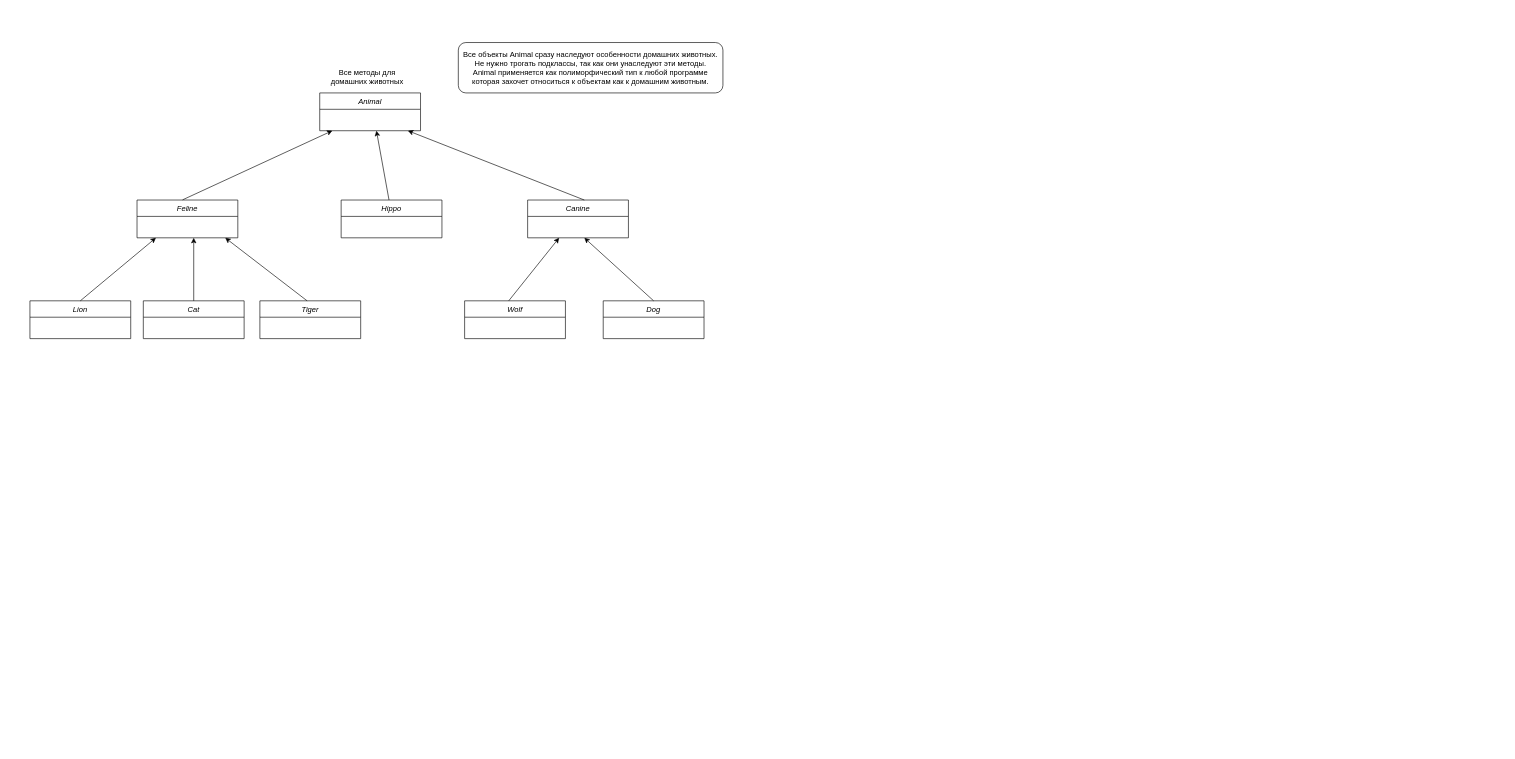
The draw.io diagram head-first/polimorphism.drawio in gennadiy-dev/diagrams, before the edit. Source tidied: cells renumbered, new cells numbered last; positions are measured from the earlier drawing's top-left corner, leaving out a move shared by most shapes. Both pictures are drawn from the tidied source at 63%, with x=0, y=0 at pixel (30, 42).
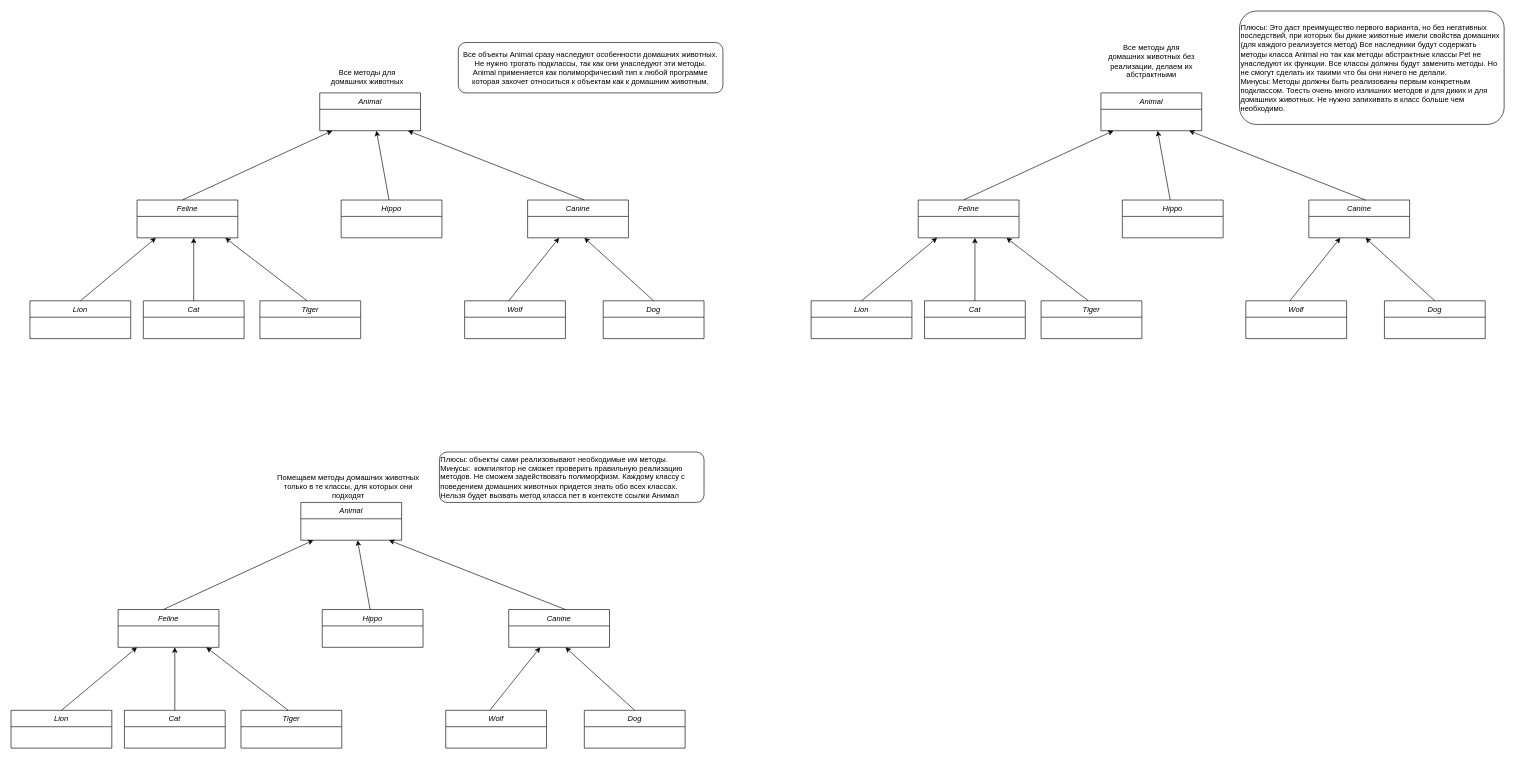
The same page after the edit.

The edit, as a diff of the source:
```diff
@@
+    <mxCell id="21" value="Animal" style="swimlane;fontStyle=2;align=center;verticalAlign=top;horizontal=1;startSize=26;rounded=0;shadow=0;strokeWidth=1;" parent="1" vertex="1">
+      <mxGeometry x="1700" y="80" width="160" height="60" as="geometry" />
+    </mxCell>
+    <mxCell id="22" value="Все методы для &lt;br&gt;домашних животных без&lt;br&gt;реализации, делаем их&lt;br&gt;абстрактными" style="text;html=1;align=center;verticalAlign=middle;strokeColor=none;fillColor=none;" parent="1" vertex="1">
+      <mxGeometry x="1705" width="150" height="60" as="geometry" />
+    </mxCell>
+    <mxCell id="23" value="Feline" style="swimlane;fontStyle=2;align=center;verticalAlign=top;horizontal=1;startSize=26;rounded=0;shadow=0;strokeWidth=1;" parent="1" vertex="1">
+      <mxGeometry x="1410" y="250" width="160" height="60" as="geometry" />
+    </mxCell>
+    <mxCell id="24" value="Lion" style="swimlane;fontStyle=2;align=center;verticalAlign=top;horizontal=1;startSize=26;rounded=0;shadow=0;strokeWidth=1;" parent="1" vertex="1">
+      <mxGeometry x="1240" y="410" width="160" height="60" as="geometry" />
+    </mxCell>
+    <mxCell id="25" value="Canine" style="swimlane;fontStyle=2;align=center;verticalAlign=top;horizontal=1;startSize=26;rounded=0;shadow=0;strokeWidth=1;" parent="1" vertex="1">
+      <mxGeometry x="2030" y="250" width="160" height="60" as="geometry" />
+    </mxCell>
+    <mxCell id="26" value="Hippo" style="swimlane;fontStyle=2;align=center;verticalAlign=top;horizontal=1;startSize=26;rounded=0;shadow=0;strokeWidth=1;" parent="1" vertex="1">
+      <mxGeometry x="1734" y="250" width="160" height="60" as="geometry" />
+    </mxCell>
+    <mxCell id="27" style="endArrow=classic;html=1;rounded=0;exitX=0.452;exitY=-0.005;exitDx=0;exitDy=0;exitPerimeter=0;" parent="1" edge="1" source="23">
+      <mxGeometry relative="1" as="geometry">
+        <mxPoint x="1720" y="140" as="targetPoint" />
+      </mxGeometry>
+    </mxCell>
+    <mxCell id="28" value="Cat" style="swimlane;fontStyle=2;align=center;verticalAlign=top;horizontal=1;startSize=26;rounded=0;shadow=0;strokeWidth=1;" parent="1" vertex="1">
+      <mxGeometry x="1420" y="410" width="160" height="60" as="geometry" />
+    </mxCell>
+    <mxCell id="29" value="Tiger" style="swimlane;fontStyle=2;align=center;verticalAlign=top;horizontal=1;startSize=26;rounded=0;shadow=0;strokeWidth=1;" parent="1" vertex="1">
+      <mxGeometry x="1605" y="410" width="160" height="60" as="geometry" />
+    </mxCell>
+    <mxCell id="30" value="Dog" style="swimlane;fontStyle=2;align=center;verticalAlign=top;horizontal=1;startSize=26;rounded=0;shadow=0;strokeWidth=1;" parent="1" vertex="1">
+      <mxGeometry x="2150" y="410" width="160" height="60" as="geometry" />
+    </mxCell>
+    <mxCell id="31" value="Wolf" style="swimlane;fontStyle=2;align=center;verticalAlign=top;horizontal=1;startSize=26;rounded=0;shadow=0;strokeWidth=1;" parent="1" vertex="1">
+      <mxGeometry x="1930" y="410" width="160" height="60" as="geometry" />
+    </mxCell>
+    <mxCell id="32" style="endArrow=classic;html=1;rounded=0;" parent="1" edge="1">
+      <mxGeometry relative="1" as="geometry">
+        <mxPoint x="2000" y="410" as="sourcePoint" />
+        <mxPoint x="2080" y="310" as="targetPoint" />
+      </mxGeometry>
+    </mxCell>
+    <mxCell id="33" style="endArrow=classic;html=1;rounded=0;exitX=0.5;exitY=0;exitDx=0;exitDy=0;" parent="1" edge="1" source="30">
+      <mxGeometry relative="1" as="geometry">
+        <mxPoint x="2120" y="310" as="targetPoint" />
+      </mxGeometry>
+    </mxCell>
+    <mxCell id="34" style="endArrow=classic;html=1;rounded=0;" parent="1" edge="1">
+      <mxGeometry relative="1" as="geometry">
+        <mxPoint x="2120" y="250" as="sourcePoint" />
+        <mxPoint x="1840" y="140" as="targetPoint" />
+      </mxGeometry>
+    </mxCell>
+    <mxCell id="35" style="endArrow=classic;html=1;rounded=0;" parent="1" edge="1">
+      <mxGeometry relative="1" as="geometry">
+        <mxPoint x="1320" y="410" as="sourcePoint" />
+        <mxPoint x="1440" y="310" as="targetPoint" />
+      </mxGeometry>
+    </mxCell>
+    <mxCell id="36" style="endArrow=classic;html=1;rounded=0;" parent="1" edge="1">
+      <mxGeometry relative="1" as="geometry">
+        <mxPoint x="1500" y="410" as="sourcePoint" />
+        <mxPoint x="1500" y="310" as="targetPoint" />
+      </mxGeometry>
+    </mxCell>
+    <mxCell id="37" style="endArrow=classic;html=1;rounded=0;" parent="1" edge="1">
+      <mxGeometry relative="1" as="geometry">
+        <mxPoint x="1680" y="410" as="sourcePoint" />
+        <mxPoint x="1550" y="310" as="targetPoint" />
+      </mxGeometry>
+    </mxCell>
+    <mxCell id="38" style="endArrow=classic;html=1;rounded=0;" parent="1" edge="1">
+      <mxGeometry relative="1" as="geometry">
+        <mxPoint x="1810" y="250" as="sourcePoint" />
+        <mxPoint x="1790" y="140" as="targetPoint" />
+      </mxGeometry>
+    </mxCell>
+    <mxCell id="39" value="Плюсы: Это даст преимущество первого варианта, но без негативных последствий, при которых бы дикие животные имели свойства домашних (для каждого реализуется метод) Все наследники будут содержать методы класса Animal но так как методы абстрактные классы Pet не унаследуют их функции. Все классы должны будут заменить методы. Но не смогут сделать их такими что бы они ничего не делали.&amp;nbsp;&lt;br&gt;Минусы: Методы должны быть реализованы первым конкретным подклассом. Тоесть очень много излишних методов и для диких и для домашних животных. Не нужно запихивать в класс больше чем необходимо." style="rounded=1;whiteSpace=wrap;html=1;align=left;" parent="1" vertex="1">
+      <mxGeometry x="1920" y="-50" width="420" height="180" as="geometry" />
+    </mxCell>
+    <mxCell id="40" value="Animal" style="swimlane;fontStyle=2;align=center;verticalAlign=top;horizontal=1;startSize=26;rounded=0;shadow=0;strokeWidth=1;" parent="1" vertex="1">
+      <mxGeometry x="430" y="730" width="160" height="60" as="geometry" />
+    </mxCell>
+    <mxCell id="41" value="Помещаем методы домашних животных&lt;br&gt;только в те классы, для которых они&lt;br&gt;подходят" style="text;html=1;align=center;verticalAlign=middle;strokeColor=none;fillColor=none;" parent="1" vertex="1">
+      <mxGeometry x="385" y="680" width="240" height="50" as="geometry" />
+    </mxCell>
+    <mxCell id="42" value="Feline" style="swimlane;fontStyle=2;align=center;verticalAlign=top;horizontal=1;startSize=26;rounded=0;shadow=0;strokeWidth=1;" parent="1" vertex="1">
+      <mxGeometry x="140" y="900" width="160" height="60" as="geometry" />
+    </mxCell>
+    <mxCell id="43" value="Lion" style="swimlane;fontStyle=2;align=center;verticalAlign=top;horizontal=1;startSize=26;rounded=0;shadow=0;strokeWidth=1;" parent="1" vertex="1">
+      <mxGeometry x="-30" y="1060" width="160" height="60" as="geometry" />
+    </mxCell>
+    <mxCell id="44" value="Canine" style="swimlane;fontStyle=2;align=center;verticalAlign=top;horizontal=1;startSize=26;rounded=0;shadow=0;strokeWidth=1;" parent="1" vertex="1">
+      <mxGeometry x="760" y="900" width="160" height="60" as="geometry" />
+    </mxCell>
+    <mxCell id="45" value="Hippo" style="swimlane;fontStyle=2;align=center;verticalAlign=top;horizontal=1;startSize=26;rounded=0;shadow=0;strokeWidth=1;" parent="1" vertex="1">
+      <mxGeometry x="464" y="900" width="160" height="60" as="geometry" />
+    </mxCell>
+    <mxCell id="46" style="endArrow=classic;html=1;rounded=0;exitX=0.452;exitY=-0.005;exitDx=0;exitDy=0;exitPerimeter=0;" parent="1" edge="1" source="42">
+      <mxGeometry relative="1" as="geometry">
+        <mxPoint x="450" y="790" as="targetPoint" />
+      </mxGeometry>
+    </mxCell>
+    <mxCell id="47" value="Cat" style="swimlane;fontStyle=2;align=center;verticalAlign=top;horizontal=1;startSize=26;rounded=0;shadow=0;strokeWidth=1;" parent="1" vertex="1">
+      <mxGeometry x="150" y="1060" width="160" height="60" as="geometry" />
+    </mxCell>
+    <mxCell id="48" value="Tiger" style="swimlane;fontStyle=2;align=center;verticalAlign=top;horizontal=1;startSize=26;rounded=0;shadow=0;strokeWidth=1;" parent="1" vertex="1">
+      <mxGeometry x="335" y="1060" width="160" height="60" as="geometry" />
+    </mxCell>
+    <mxCell id="49" value="Dog" style="swimlane;fontStyle=2;align=center;verticalAlign=top;horizontal=1;startSize=26;rounded=0;shadow=0;strokeWidth=1;" parent="1" vertex="1">
+      <mxGeometry x="880" y="1060" width="160" height="60" as="geometry" />
+    </mxCell>
+    <mxCell id="50" value="Wolf" style="swimlane;fontStyle=2;align=center;verticalAlign=top;horizontal=1;startSize=26;rounded=0;shadow=0;strokeWidth=1;" parent="1" vertex="1">
+      <mxGeometry x="660" y="1060" width="160" height="60" as="geometry" />
+    </mxCell>
+    <mxCell id="51" style="endArrow=classic;html=1;rounded=0;" parent="1" edge="1">
+      <mxGeometry relative="1" as="geometry">
+        <mxPoint x="730" y="1060" as="sourcePoint" />
+        <mxPoint x="810" y="960" as="targetPoint" />
+      </mxGeometry>
+    </mxCell>
+    <mxCell id="52" style="endArrow=classic;html=1;rounded=0;exitX=0.5;exitY=0;exitDx=0;exitDy=0;" parent="1" edge="1" source="49">
+      <mxGeometry relative="1" as="geometry">
+        <mxPoint x="850" y="960" as="targetPoint" />
+      </mxGeometry>
+    </mxCell>
+    <mxCell id="53" style="endArrow=classic;html=1;rounded=0;" parent="1" edge="1">
+      <mxGeometry relative="1" as="geometry">
+        <mxPoint x="850" y="900" as="sourcePoint" />
+        <mxPoint x="570" y="790" as="targetPoint" />
+      </mxGeometry>
+    </mxCell>
+    <mxCell id="54" style="endArrow=classic;html=1;rounded=0;" parent="1" edge="1">
+      <mxGeometry relative="1" as="geometry">
+        <mxPoint x="50" y="1060" as="sourcePoint" />
+        <mxPoint x="170" y="960" as="targetPoint" />
+      </mxGeometry>
+    </mxCell>
+    <mxCell id="55" style="endArrow=classic;html=1;rounded=0;" parent="1" edge="1">
+      <mxGeometry relative="1" as="geometry">
+        <mxPoint x="230" y="1060" as="sourcePoint" />
+        <mxPoint x="230" y="960" as="targetPoint" />
+      </mxGeometry>
+    </mxCell>
+    <mxCell id="56" style="endArrow=classic;html=1;rounded=0;" parent="1" edge="1">
+      <mxGeometry relative="1" as="geometry">
+        <mxPoint x="410" y="1060" as="sourcePoint" />
+        <mxPoint x="280" y="960" as="targetPoint" />
+      </mxGeometry>
+    </mxCell>
+    <mxCell id="57" style="endArrow=classic;html=1;rounded=0;" parent="1" edge="1">
+      <mxGeometry relative="1" as="geometry">
+        <mxPoint x="540" y="900" as="sourcePoint" />
+        <mxPoint x="520" y="790" as="targetPoint" />
+      </mxGeometry>
+    </mxCell>
+    <mxCell id="58" value="Плюсы: объекты сами реализовывают необходимые им методы.&lt;br&gt;Минусы:&amp;nbsp; компилятор не сможет проверить правильную реализацию методов. Не сможем задействовать полиморфизм. Каждому классу с поведением домашних животных придется знать обо всех классах. Нельзя будет вызвать метод класса пет в контексте ссылки Анимал" style="rounded=1;whiteSpace=wrap;html=1;align=left;" parent="1" vertex="1">
+      <mxGeometry x="650" y="650" width="420" height="80" as="geometry" />
+    </mxCell>
```
